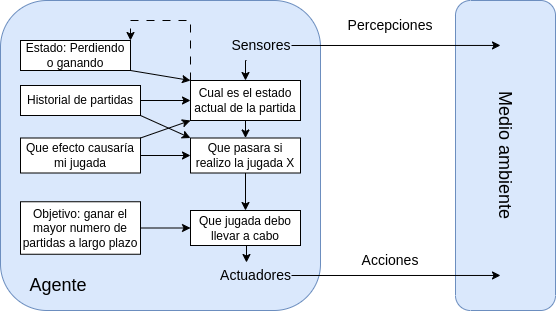
This is doc/modelo_RPS.png from AnxoBastos/rps, a draw.io export, as it was before one commit. Source tidied: cells renumbered, new cells last; positions are measured from the earlier drawing's top-left corner, leaving out a move shared by most shapes. Its diagram source:
```xml
<mxGraphModel>
  <root>
    <mxCell id="0" />
    <mxCell id="1" parent="0" />
    <mxCell id="2" style="rounded=1;whiteSpace=wrap;html=1;fillColor=#dae8fc;strokeColor=#6c8ebf;" parent="1" vertex="1">
      <mxGeometry width="320" height="310" as="geometry" />
    </mxCell>
    <mxCell id="3" style="rounded=1;whiteSpace=wrap;html=1;rotation=90;fillColor=#dae8fc;strokeColor=#6c8ebf;" parent="1" vertex="1">
      <mxGeometry x="350" y="105" width="310" height="100" as="geometry" />
    </mxCell>
    <mxCell id="4" value="&lt;font style=&quot;font-size: 18px;&quot;&gt;Medio ambiente&lt;/font&gt;" style="text;html=1;strokeColor=none;fillColor=none;align=center;verticalAlign=middle;whiteSpace=wrap;rounded=0;rotation=90;" parent="1" vertex="1">
      <mxGeometry x="415" y="140" width="180" height="30" as="geometry" />
    </mxCell>
    <mxCell id="5" style="edgeStyle=orthogonalEdgeStyle;rounded=0;jettySize=auto;html=1;exitX=0.25;exitY=1;exitDx=0;exitDy=0;entryX=0.5;entryY=0;entryDx=0;entryDy=0;" parent="1" edge="1" source="6" target="15">
      <mxGeometry relative="1" as="geometry" />
    </mxCell>
    <mxCell id="6" value="&lt;font style=&quot;font-size: 14px;&quot;&gt;Sensores&lt;/font&gt;" style="text;html=1;strokeColor=none;fillColor=none;align=center;verticalAlign=middle;whiteSpace=wrap;rounded=0;" parent="1" vertex="1">
      <mxGeometry x="231" y="30" width="60" height="30" as="geometry" />
    </mxCell>
    <mxCell id="7" value="&lt;font style=&quot;font-size: 18px;&quot;&gt;Agente&lt;/font&gt;" style="text;html=1;strokeColor=none;fillColor=none;align=center;verticalAlign=middle;whiteSpace=wrap;rounded=0;rotation=0;" parent="1" vertex="1">
      <mxGeometry x="10" y="270" width="96" height="30" as="geometry" />
    </mxCell>
    <mxCell id="8" value="&lt;font style=&quot;font-size: 14px;&quot;&gt;Actuadores&lt;/font&gt;" style="text;html=1;strokeColor=none;fillColor=none;align=center;verticalAlign=middle;whiteSpace=wrap;rounded=0;" parent="1" vertex="1">
      <mxGeometry x="220" y="260" width="71" height="30" as="geometry" />
    </mxCell>
    <mxCell id="9" value="&lt;font style=&quot;font-size: 14px;&quot;&gt;Percepciones&lt;br&gt;&lt;/font&gt;" style="text;html=1;strokeColor=none;fillColor=none;align=center;verticalAlign=middle;whiteSpace=wrap;rounded=0;" parent="1" vertex="1">
      <mxGeometry x="360" y="10" width="60" height="30" as="geometry" />
    </mxCell>
    <mxCell id="10" value="&lt;font style=&quot;font-size: 14px;&quot;&gt;Acciones&lt;br&gt;&lt;/font&gt;" style="text;html=1;strokeColor=none;fillColor=none;align=center;verticalAlign=middle;whiteSpace=wrap;rounded=0;" parent="1" vertex="1">
      <mxGeometry x="360" y="245" width="60" height="30" as="geometry" />
    </mxCell>
    <mxCell id="11" style="edgeStyle=orthogonalEdgeStyle;rounded=0;jettySize=auto;html=1;exitX=1;exitY=0.5;exitDx=0;exitDy=0;entryX=0.887;entryY=0.55;entryDx=0;entryDy=0;entryPerimeter=0;" parent="1" edge="1" source="8" target="3">
      <mxGeometry relative="1" as="geometry" />
    </mxCell>
    <mxCell id="12" style="edgeStyle=orthogonalEdgeStyle;rounded=0;jettySize=auto;html=1;exitX=1;exitY=0.5;exitDx=0;exitDy=0;entryX=0.145;entryY=0.55;entryDx=0;entryDy=0;entryPerimeter=0;" parent="1" edge="1" source="6" target="3">
      <mxGeometry relative="1" as="geometry" />
    </mxCell>
    <mxCell id="13" style="edgeStyle=orthogonalEdgeStyle;rounded=0;jettySize=auto;html=1;exitX=0.5;exitY=1;exitDx=0;exitDy=0;entryX=0.5;entryY=0;entryDx=0;entryDy=0;" parent="1" edge="1" source="15" target="17">
      <mxGeometry relative="1" as="geometry" />
    </mxCell>
    <mxCell id="14" style="edgeStyle=orthogonalEdgeStyle;rounded=0;jettySize=auto;html=1;exitX=0;exitY=0;exitDx=0;exitDy=0;entryX=1;entryY=0;entryDx=0;entryDy=0;dashed=1;dashPattern=8 8;" parent="1" edge="1" source="15" target="29">
      <mxGeometry relative="1" as="geometry" />
    </mxCell>
    <mxCell id="15" value="Cual es el estado actual de la partida" style="rounded=0;whiteSpace=wrap;html=1;" parent="1" vertex="1">
      <mxGeometry x="190" y="80" width="110" height="40" as="geometry" />
    </mxCell>
    <mxCell id="16" style="edgeStyle=orthogonalEdgeStyle;rounded=0;jettySize=auto;html=1;exitX=0.5;exitY=1;exitDx=0;exitDy=0;entryX=0.5;entryY=0;entryDx=0;entryDy=0;" parent="1" edge="1" source="17" target="18">
      <mxGeometry relative="1" as="geometry" />
    </mxCell>
    <mxCell id="17" value="Que pasara si realizo la jugada X" style="rounded=0;whiteSpace=wrap;html=1;" parent="1" vertex="1">
      <mxGeometry x="190" y="137.5" width="110" height="35" as="geometry" />
    </mxCell>
    <mxCell id="18" value="Que jugada debo llevar a cabo" style="rounded=0;whiteSpace=wrap;html=1;" parent="1" vertex="1">
      <mxGeometry x="190" y="210" width="110" height="35" as="geometry" />
    </mxCell>
    <mxCell id="19" style="edgeStyle=orthogonalEdgeStyle;rounded=0;jettySize=auto;html=1;exitX=1;exitY=0.5;exitDx=0;exitDy=0;entryX=0;entryY=0.5;entryDx=0;entryDy=0;" parent="1" edge="1" source="20" target="18">
      <mxGeometry relative="1" as="geometry" />
    </mxCell>
    <mxCell id="20" value="Objetivo: ganar el mayor numero de partidas a largo plazo" style="rounded=0;whiteSpace=wrap;html=1;" parent="1" vertex="1">
      <mxGeometry x="20" y="201.2" width="120" height="52.5" as="geometry" />
    </mxCell>
    <mxCell id="21" style="edgeStyle=orthogonalEdgeStyle;rounded=0;jettySize=auto;html=1;exitX=0.5;exitY=1;exitDx=0;exitDy=0;entryX=0.366;entryY=0.067;entryDx=0;entryDy=0;entryPerimeter=0;" parent="1" edge="1" source="18" target="8">
      <mxGeometry relative="1" as="geometry" />
    </mxCell>
    <mxCell id="22" style="rounded=0;jettySize=auto;html=1;exitX=1;exitY=0;exitDx=0;exitDy=0;entryX=0;entryY=1;entryDx=0;entryDy=0;" parent="1" edge="1" source="24" target="15">
      <mxGeometry relative="1" as="geometry" />
    </mxCell>
    <mxCell id="23" style="edgeStyle=orthogonalEdgeStyle;rounded=0;jettySize=auto;html=1;exitX=1;exitY=0.5;exitDx=0;exitDy=0;entryX=0;entryY=0.5;entryDx=0;entryDy=0;" parent="1" edge="1" source="24" target="17">
      <mxGeometry relative="1" as="geometry" />
    </mxCell>
    <mxCell id="24" value="Que efecto causaría mi jugada" style="rounded=0;whiteSpace=wrap;html=1;" parent="1" vertex="1">
      <mxGeometry x="20" y="137.5" width="120" height="35" as="geometry" />
    </mxCell>
    <mxCell id="25" style="rounded=0;jettySize=auto;html=1;exitX=1;exitY=1;exitDx=0;exitDy=0;entryX=0;entryY=0;entryDx=0;entryDy=0;" parent="1" edge="1" source="27" target="17">
      <mxGeometry relative="1" as="geometry" />
    </mxCell>
    <mxCell id="26" style="edgeStyle=orthogonalEdgeStyle;rounded=0;jettySize=auto;html=1;exitX=1;exitY=0.5;exitDx=0;exitDy=0;entryX=0;entryY=0.5;entryDx=0;entryDy=0;" parent="1" edge="1" source="27" target="15">
      <mxGeometry relative="1" as="geometry" />
    </mxCell>
    <mxCell id="27" value="Historial de partidas" style="rounded=0;whiteSpace=wrap;html=1;" parent="1" vertex="1">
      <mxGeometry x="20" y="85" width="120" height="30" as="geometry" />
    </mxCell>
    <mxCell id="28" style="rounded=0;jettySize=auto;html=1;exitX=1;exitY=1;exitDx=0;exitDy=0;entryX=0;entryY=0;entryDx=0;entryDy=0;" parent="1" edge="1" source="29" target="15">
      <mxGeometry relative="1" as="geometry" />
    </mxCell>
    <mxCell id="29" value="Estado: Perdiendo o ganando" style="rounded=0;whiteSpace=wrap;html=1;" parent="1" vertex="1">
      <mxGeometry x="20" y="40" width="110" height="30" as="geometry" />
    </mxCell>
  </root>
</mxGraphModel>
```
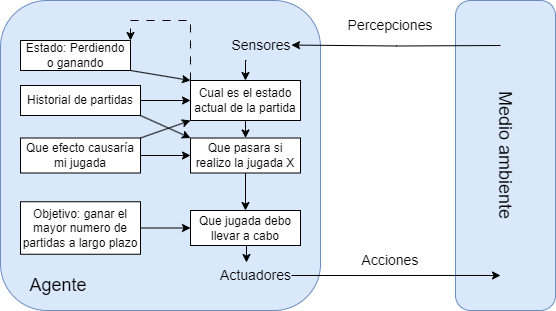
After the change.

Change to the diagram source:
```diff
@@ -32,8 +32,11 @@
     <mxCell id="11" style="edgeStyle=orthogonalEdgeStyle;rounded=0;jettySize=auto;html=1;exitX=1;exitY=0.5;exitDx=0;exitDy=0;entryX=0.887;entryY=0.55;entryDx=0;entryDy=0;entryPerimeter=0;" parent="1" edge="1" source="8" target="3">
       <mxGeometry relative="1" as="geometry" />
     </mxCell>
-    <mxCell id="12" style="edgeStyle=orthogonalEdgeStyle;rounded=0;jettySize=auto;html=1;exitX=1;exitY=0.5;exitDx=0;exitDy=0;entryX=0.145;entryY=0.55;entryDx=0;entryDy=0;entryPerimeter=0;" parent="1" edge="1" source="6" target="3">
-      <mxGeometry relative="1" as="geometry" />
+    <mxCell id="12" style="edgeStyle=orthogonalEdgeStyle;rounded=0;orthogonalLoop=1;jettySize=auto;html=1;exitX=1;exitY=0.5;exitDx=0;exitDy=0;" parent="1" edge="1">
+      <mxGeometry relative="1" as="geometry">
+        <mxPoint x="500" y="45" as="sourcePoint" />
+        <mxPoint x="291" y="44.5" as="targetPoint" />
+      </mxGeometry>
     </mxCell>
     <mxCell id="13" style="edgeStyle=orthogonalEdgeStyle;rounded=0;jettySize=auto;html=1;exitX=0.5;exitY=1;exitDx=0;exitDy=0;entryX=0.5;entryY=0;entryDx=0;entryDy=0;" parent="1" edge="1" source="15" target="17">
       <mxGeometry relative="1" as="geometry" />
```
